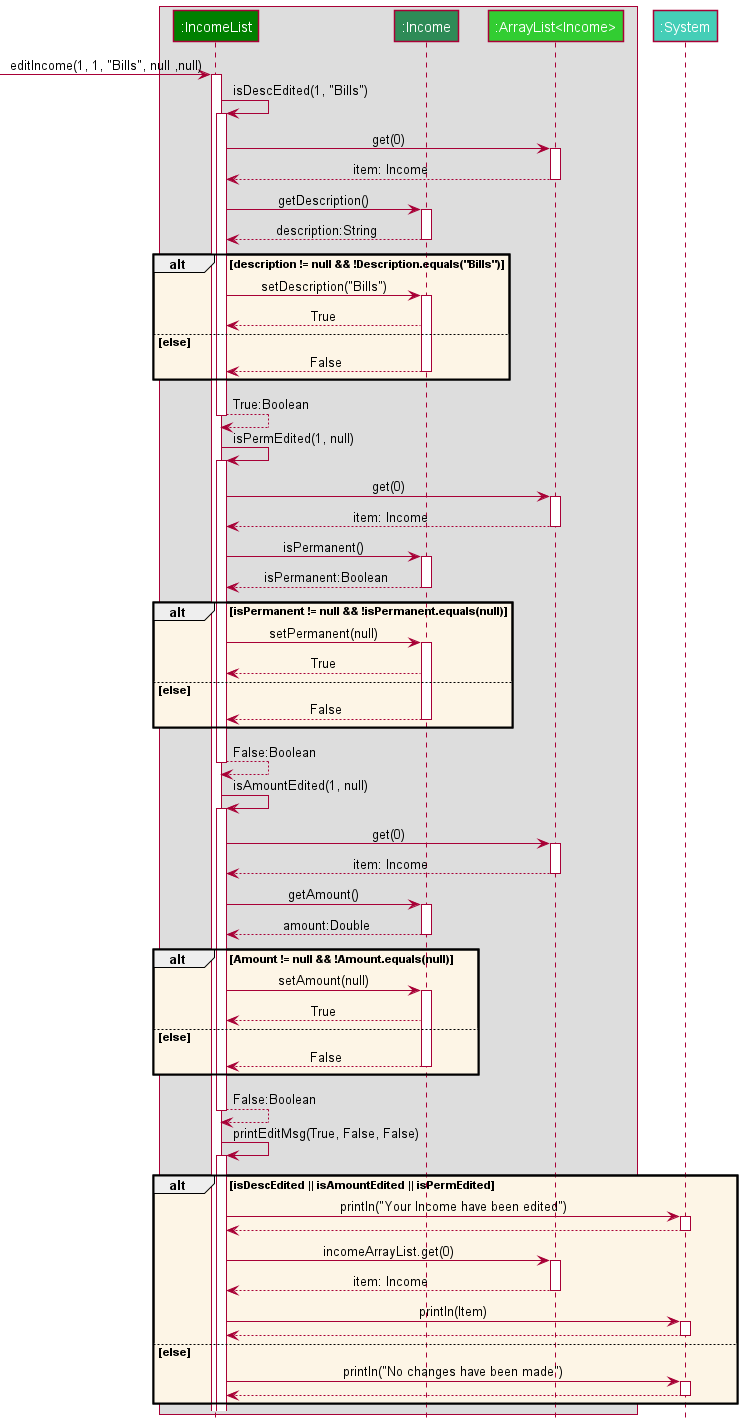
nus-cs2113-AY2122S2/tp keeps this PlantUML diagram as docs/images/EditIncomeSequence.png. Above is the earlier version.
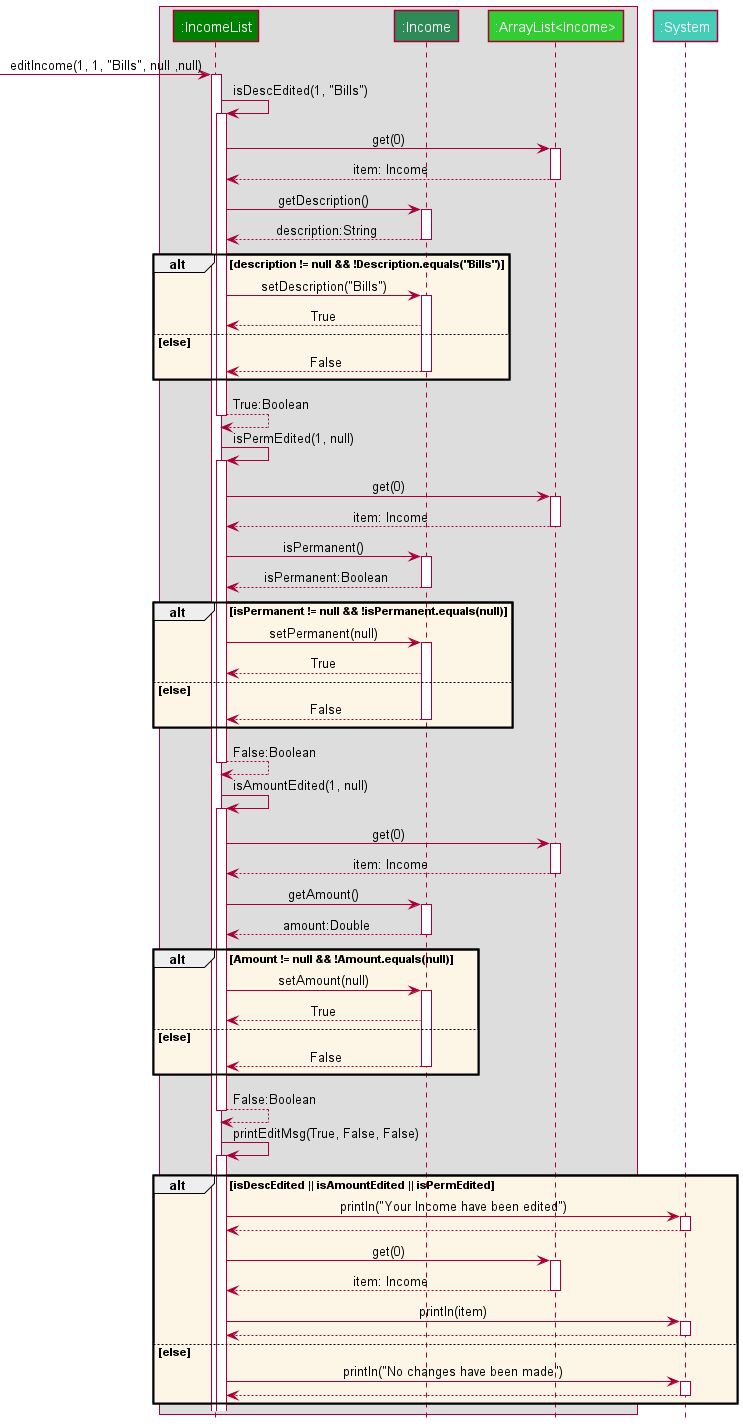
The same diagram one commit later.

Change to the diagram source:
```diff
@@ -90,11 +90,11 @@
     activate System
     Ilist <-- System
     deactivate System
-    Ilist -> Alist: incomeArrayList.get(0)
+    Ilist -> Alist: get(0)
     activate Alist
     Alist --> Ilist : item: Income
     deactivate Alist
-    Ilist -> System:println(Item)
+    Ilist -> System:println(item)
     activate System
     Ilist <-- System
     deactivate System
```
